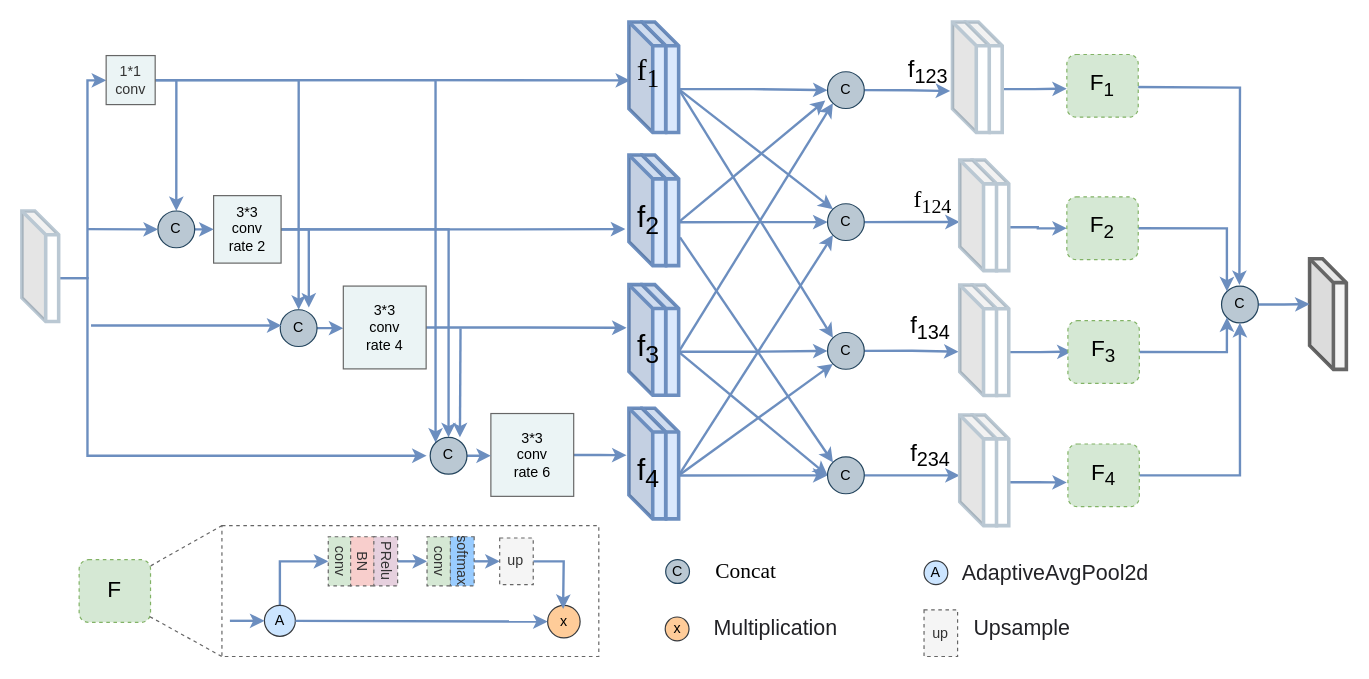
Above: CCASPP.drawio in Hymhh/hymhh (draw.io), before the change. Source tidied: cells renumbered, new cells numbered last; positions are measured from the earlier drawing's top-left corner, leaving out a move shared by most shapes. Both pictures are drawn from the tidied source at 119%, with x=0, y=0 at pixel (21, 21).
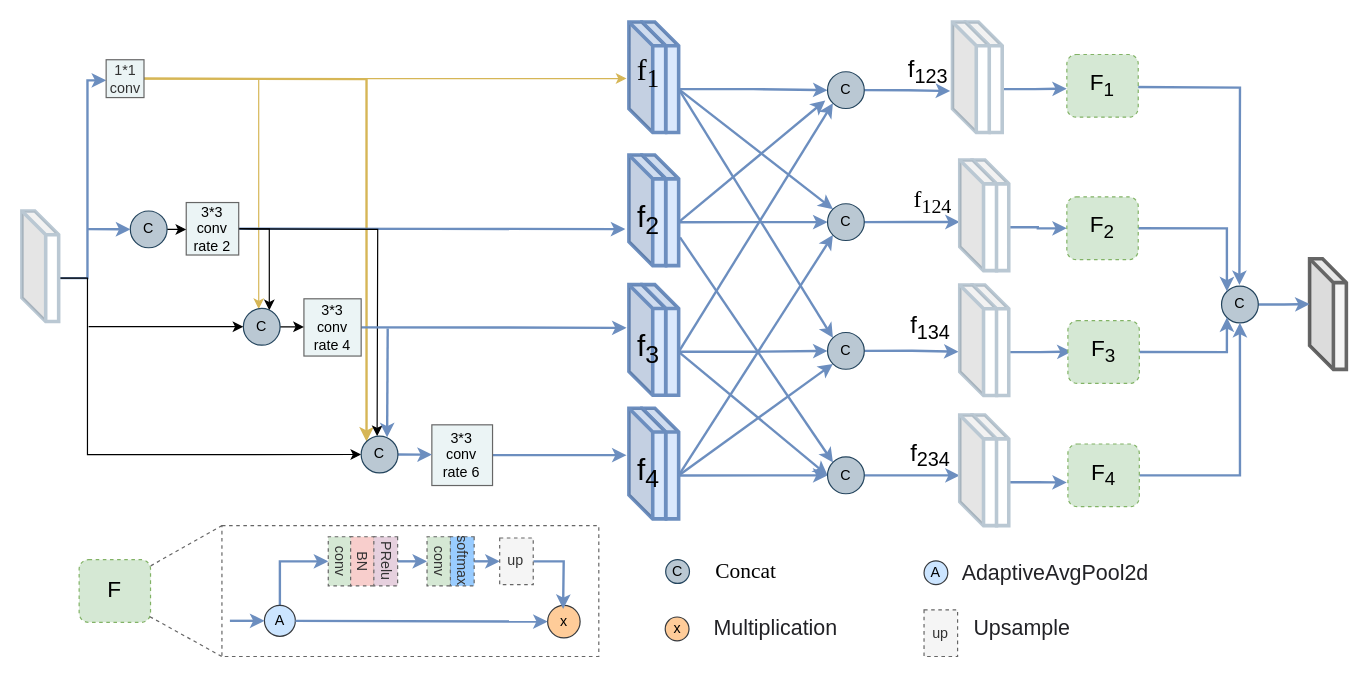
Above is the later version.

The change refers to these unchanged cells:
```xml
<mxCell id="71" value="&lt;font face=&quot;Times New Roman&quot; style=&quot;font-size: 25px&quot;&gt;&lt;font style=&quot;font-size: 25px&quot;&gt;f&lt;/font&gt;&lt;sub&gt;1&lt;/sub&gt;&lt;/font&gt;" style="text;html=1;align=center;verticalAlign=middle;points=[];fillColor=none;strokeColor=none;rounded=0;" parent="1" vertex="1">
  <mxGeometry x="510.9" y="28.2" width="30" height="30" as="geometry" />
</mxCell>
```

What changed in the source:
```diff
@@
-    <mxCell id="3" style="edgeStyle=orthogonalEdgeStyle;rounded=0;orthogonalLoop=1;jettySize=auto;html=1;exitX=0;exitY=0;exitDx=30.922242314647377;exitDy=56.42857142857143;exitPerimeter=0;entryX=0;entryY=0.5;entryDx=0;entryDy=0;strokeColor=#6C8EBF;strokeWidth=2;" parent="1" edge="1">
-      <mxGeometry relative="1" as="geometry">
-        <mxPoint x="27.8" y="215.2" as="sourcePoint" />
-        <mxPoint x="340" y="364.5" as="targetPoint" />
-        <Array as="points">
-          <mxPoint x="55" y="215" />
-          <mxPoint x="55" y="365" />
-        </Array>
-      </mxGeometry>
-    </mxCell>
+    <mxCell id="112" style="edgeStyle=orthogonalEdgeStyle;rounded=0;jettySize=auto;html=1;exitX=0;exitY=0;exitDx=30.922242314647377;exitDy=56.42857142857143;exitPerimeter=0;entryX=0;entryY=0.5;entryDx=0;entryDy=0;" parent="1" edge="1" target="18">
+      <mxGeometry relative="1" as="geometry">
+        <mxPoint x="27.8" y="215.2" as="sourcePoint" />
+        <Array as="points">
+          <mxPoint x="55" y="215" />
+          <mxPoint x="55" y="364" />
+        </Array>
+      </mxGeometry>
+    </mxCell>
@@
-    <mxCell id="5" style="edgeStyle=orthogonalEdgeStyle;rounded=0;jettySize=auto;html=1;exitX=1;exitY=0.5;exitDx=0;exitDy=0;entryX=0.5;entryY=0;entryDx=0;entryDy=0;fillColor=#dae8fc;strokeColor=#6c8ebf;strokeWidth=2;" parent="1" edge="1" source="9" target="75">
-      <mxGeometry relative="1" as="geometry">
-        <Array as="points">
-          <mxPoint x="130" y="49" />
-        </Array>
-      </mxGeometry>
-    </mxCell>
+    <mxCell id="7" style="edgeStyle=orthogonalEdgeStyle;rounded=0;jettySize=auto;html=1;exitX=1;exitY=0.5;exitDx=0;exitDy=0;entryX=0;entryY=0;entryDx=0;entryDy=0;strokeColor=#d6b656;strokeWidth=2;fillColor=#fff2cc;" parent="1" edge="1" target="18">
+      <mxGeometry relative="1" as="geometry">
+        <mxPoint x="98.5" y="47.5" as="sourcePoint" />
+      </mxGeometry>
+    </mxCell>
+    <mxCell id="113" style="edgeStyle=orthogonalEdgeStyle;rounded=0;jettySize=auto;html=1;exitX=1;exitY=0.5;exitDx=0;exitDy=0;fillColor=#fff2cc;strokeColor=#d6b656;" parent="1" edge="1" source="9">
+      <mxGeometry relative="1" as="geometry">
+        <mxPoint x="508" y="47.5" as="targetPoint" />
+      </mxGeometry>
+    </mxCell>
-    <mxCell id="6" style="edgeStyle=orthogonalEdgeStyle;rounded=0;jettySize=auto;html=1;exitX=1;exitY=0.5;exitDx=0;exitDy=0;entryX=0.5;entryY=0;entryDx=0;entryDy=0;fillColor=#dae8fc;strokeColor=#6c8ebf;strokeWidth=2;" parent="1" edge="1" source="9" target="77">
+    <mxCell id="6" style="edgeStyle=orthogonalEdgeStyle;rounded=0;jettySize=auto;html=1;exitX=1;exitY=0.5;exitDx=0;exitDy=0;entryX=0.418;entryY=0.015;entryDx=0;entryDy=0;entryPerimeter=0;fillColor=#fff2cc;strokeColor=#d6b656;" parent="1" edge="1" source="9" target="77">
       <mxGeometry relative="1" as="geometry" />
     </mxCell>
-    <mxCell id="7" style="edgeStyle=orthogonalEdgeStyle;rounded=0;jettySize=auto;html=1;exitX=1;exitY=0.5;exitDx=0;exitDy=0;entryX=0;entryY=0;entryDx=0;entryDy=0;strokeColor=#6C8EBF;strokeWidth=2;" parent="1" edge="1" source="9" target="18">
-      <mxGeometry relative="1" as="geometry" />
-    </mxCell>
-    <mxCell id="8" style="edgeStyle=orthogonalEdgeStyle;rounded=0;jettySize=auto;html=1;exitX=1;exitY=0.5;exitDx=0;exitDy=0;entryX=0.003;entryY=0.695;entryDx=0;entryDy=0;entryPerimeter=0;strokeColor=#6C8EBF;strokeWidth=2;" parent="1" edge="1" source="9" target="71">
-      <mxGeometry relative="1" as="geometry" />
-    </mxCell>
     <mxCell id="9" value="1*1&lt;br&gt;conv" style="whiteSpace=wrap;html=1;strokeWidth=1;fillColor=#EBF4F5;strokeColor=#666666;fontColor=#333333;" parent="1" vertex="1">
-      <mxGeometry x="70.7" y="28.2" width="41.2" height="41.2" as="geometry" />
+      <mxGeometry x="70.7" y="31.7" width="31.8" height="31.8" as="geometry" />
     </mxCell>
@@
-    <mxCell id="11" style="edgeStyle=orthogonalEdgeStyle;rounded=0;jettySize=auto;html=1;exitX=1;exitY=0.5;exitDx=0;exitDy=0;fillColor=#dae8fc;strokeColor=#6c8ebf;strokeWidth=2;" parent="1" edge="1" source="13">
-      <mxGeometry relative="1" as="geometry">
-        <mxPoint x="241" y="240" as="targetPoint" />
-        <Array as="points">
-          <mxPoint x="241" y="174" />
-        </Array>
-      </mxGeometry>
-    </mxCell>
-    <mxCell id="12" style="edgeStyle=orthogonalEdgeStyle;rounded=0;jettySize=auto;html=1;exitX=1;exitY=0.5;exitDx=0;exitDy=0;entryX=0.5;entryY=0;entryDx=0;entryDy=0;fillColor=#dae8fc;strokeWidth=2;strokeColor=#6C8EBF;" parent="1" edge="1" source="13" target="18">
-      <mxGeometry relative="1" as="geometry" />
-    </mxCell>
+    <mxCell id="114" style="edgeStyle=orthogonalEdgeStyle;rounded=0;jettySize=auto;html=1;exitX=1;exitY=0.5;exitDx=0;exitDy=0;entryX=0.706;entryY=0.051;entryDx=0;entryDy=0;entryPerimeter=0;" parent="1" edge="1" source="13" target="77">
+      <mxGeometry relative="1" as="geometry" />
+    </mxCell>
+    <mxCell id="115" style="edgeStyle=orthogonalEdgeStyle;rounded=0;orthogonalLoop=1;jettySize=auto;html=1;exitX=1;exitY=0.5;exitDx=0;exitDy=0;" parent="1" edge="1">
+      <mxGeometry relative="1" as="geometry">
+        <mxPoint x="180.1" y="173.7" as="sourcePoint" />
+        <mxPoint x="298.4" y="348" as="targetPoint" />
+      </mxGeometry>
+    </mxCell>
     <mxCell id="13" value="3*3&lt;br&gt;conv&lt;br&gt;rate 2" style="whiteSpace=wrap;html=1;strokeWidth=1;fillColor=#EBF4F5;strokeColor=#666666;" parent="1" vertex="1">
-      <mxGeometry x="161" y="145.9" width="56.7" height="56.7" as="geometry" />
+      <mxGeometry x="138" y="151.7" width="44.1" height="44.1" as="geometry" />
     </mxCell>
@@
     <mxCell id="15" value="3*3&lt;br&gt;conv&lt;br&gt;rate 6" style="whiteSpace=wrap;html=1;strokeWidth=1;fillColor=#EBF4F5;strokeColor=#666666;" parent="1" vertex="1">
-      <mxGeometry x="394" y="329" width="69.6" height="69.6" as="geometry" />
+      <mxGeometry x="344.4" y="338.5" width="51" height="51" as="geometry" />
     </mxCell>
-    <mxCell id="16" style="edgeStyle=orthogonalEdgeStyle;rounded=0;jettySize=auto;html=1;exitX=1;exitY=0.5;exitDx=0;exitDy=0;entryX=0;entryY=0.5;entryDx=0;entryDy=0;fillColor=#dae8fc;strokeColor=#6c8ebf;strokeWidth=2;" parent="1" edge="1" target="13">
-      <mxGeometry relative="1" as="geometry">
-        <mxPoint x="137.1" y="174.3" as="sourcePoint" />
-      </mxGeometry>
-    </mxCell>
@@
     <mxCell id="18" value="C" style="ellipse;whiteSpace=wrap;html=1;strokeColor=#23445d;strokeWidth=1;fillColor=#bac8d3;" parent="1" vertex="1">
-      <mxGeometry x="343" y="349" width="30.9" height="30.9" as="geometry" />
+      <mxGeometry x="285" y="348" width="30.9" height="30.9" as="geometry" />
     </mxCell>
@@
+    <mxCell id="116" style="edgeStyle=orthogonalEdgeStyle;rounded=0;jettySize=auto;html=1;exitX=1;exitY=0.5;exitDx=0;exitDy=0;entryX=0;entryY=0.5;entryDx=0;entryDy=0;" parent="1" edge="1" source="75" target="13">
+      <mxGeometry relative="1" as="geometry" />
+    </mxCell>
     <mxCell id="75" value="C" style="ellipse;whiteSpace=wrap;html=1;strokeColor=#23445d;strokeWidth=1;fillColor=#bac8d3;" parent="1" vertex="1">
-      <mxGeometry x="114.2" y="158.8" width="30.9" height="30.9" as="geometry" />
+      <mxGeometry x="91" y="158.8" width="30.9" height="30.9" as="geometry" />
     </mxCell>
-    <mxCell id="76" style="edgeStyle=orthogonalEdgeStyle;rounded=0;jettySize=auto;html=1;exitX=1;exitY=0.5;exitDx=0;exitDy=0;strokeColor=#6C8EBF;strokeWidth=2;entryX=0;entryY=0.5;entryDx=0;entryDy=0;" parent="1" edge="1" source="77" target="79">
-      <mxGeometry relative="1" as="geometry" />
-    </mxCell>
-    <mxCell id="77" value="C" style="ellipse;whiteSpace=wrap;html=1;strokeColor=#23445d;strokeWidth=1;fillColor=#bac8d3;" parent="1" vertex="1">
-      <mxGeometry x="217" y="241.8" width="30.9" height="30.9" as="geometry" />
-    </mxCell>
@@
     <mxCell id="79" value="3*3&lt;br&gt;conv&lt;br&gt;rate 4" style="whiteSpace=wrap;html=1;strokeWidth=1;fillColor=#EBF4F5;strokeColor=#666666;" parent="1" vertex="1">
-      <mxGeometry x="270" y="221.9" width="69.6" height="69.6" as="geometry" />
+      <mxGeometry x="236.9" y="232.6" width="48.1" height="48.1" as="geometry" />
     </mxCell>
@@
-    <mxCell id="81" style="endArrow=classic;html=1;strokeColor=#6C8EBF;strokeWidth=2;" parent="1" edge="1">
-      <mxGeometry relative="1" as="geometry">
-        <mxPoint x="58" y="255" as="sourcePoint" />
-        <mxPoint x="218" y="255" as="targetPoint" />
-      </mxGeometry>
-    </mxCell>
     <mxCell id="82" style="endArrow=classic;html=1;strokeColor=#6C8EBF;strokeWidth=2;entryX=0;entryY=0;entryDx=0;entryDy=0;" parent="1" edge="1">
       <mxGeometry relative="1" as="geometry">
-        <mxPoint x="368.5" y="257.5" as="sourcePoint" />
-        <mxPoint x="368" y="349" as="targetPoint" />
+        <mxPoint x="307.3" y="257.5" as="sourcePoint" />
+        <mxPoint x="306.8" y="349" as="targetPoint" />
       </mxGeometry>
     </mxCell>
@@
+    <mxCell id="76" style="edgeStyle=orthogonalEdgeStyle;rounded=0;jettySize=auto;html=1;exitX=1;exitY=0.5;exitDx=0;exitDy=0;entryX=0;entryY=0.5;entryDx=0;entryDy=0;" parent="1" edge="1" source="77" target="79">
+      <mxGeometry relative="1" as="geometry" />
+    </mxCell>
+    <mxCell id="77" value="C" style="ellipse;whiteSpace=wrap;html=1;strokeColor=#23445d;strokeWidth=1;fillColor=#bac8d3;" parent="1" vertex="1">
+      <mxGeometry x="186" y="240.7" width="30.9" height="30.9" as="geometry" />
+    </mxCell>
+    <mxCell id="117" style="endArrow=classic;html=1;" parent="1" edge="1">
+      <mxGeometry relative="1" as="geometry">
+        <mxPoint x="56" y="256" as="sourcePoint" />
+        <mxPoint x="186" y="256" as="targetPoint" />
+      </mxGeometry>
+    </mxCell>
```
